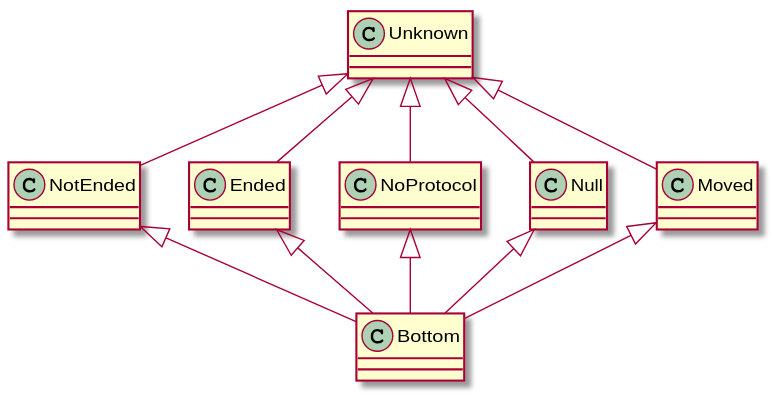
Before: type_system.svg, a diagram exported from PlantUML (jdmota/java-typestate-checker).
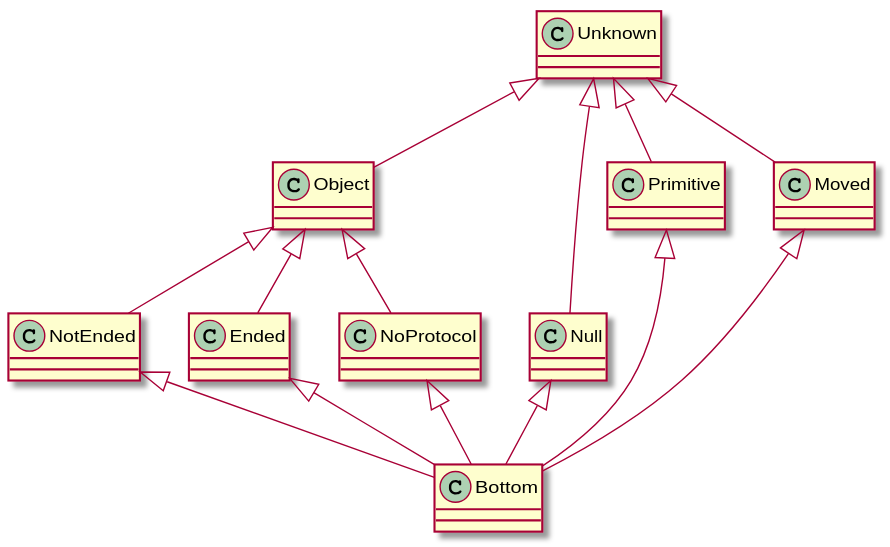
The same diagram one commit later.

Commit message:
Update type lattice

The edit, as a diff of the source:
```diff
@@ -1,12 +1,15 @@
 @startuml
-Unknown <|-- NotEnded
-Unknown <|-- Ended
-Unknown <|-- NoProtocol
+Unknown <|-- Object
+Object <|-- NotEnded
+Object <|-- Ended
+Object <|-- NoProtocol
 Unknown <|-- Null
+Unknown <|-- Primitive
 Unknown <|-- Moved
 NotEnded <|-- Bottom
 Ended <|-- Bottom
 NoProtocol <|-- Bottom
 Null <|-- Bottom
+Primitive <|-- Bottom
 Moved <|-- Bottom
 @enduml
```
